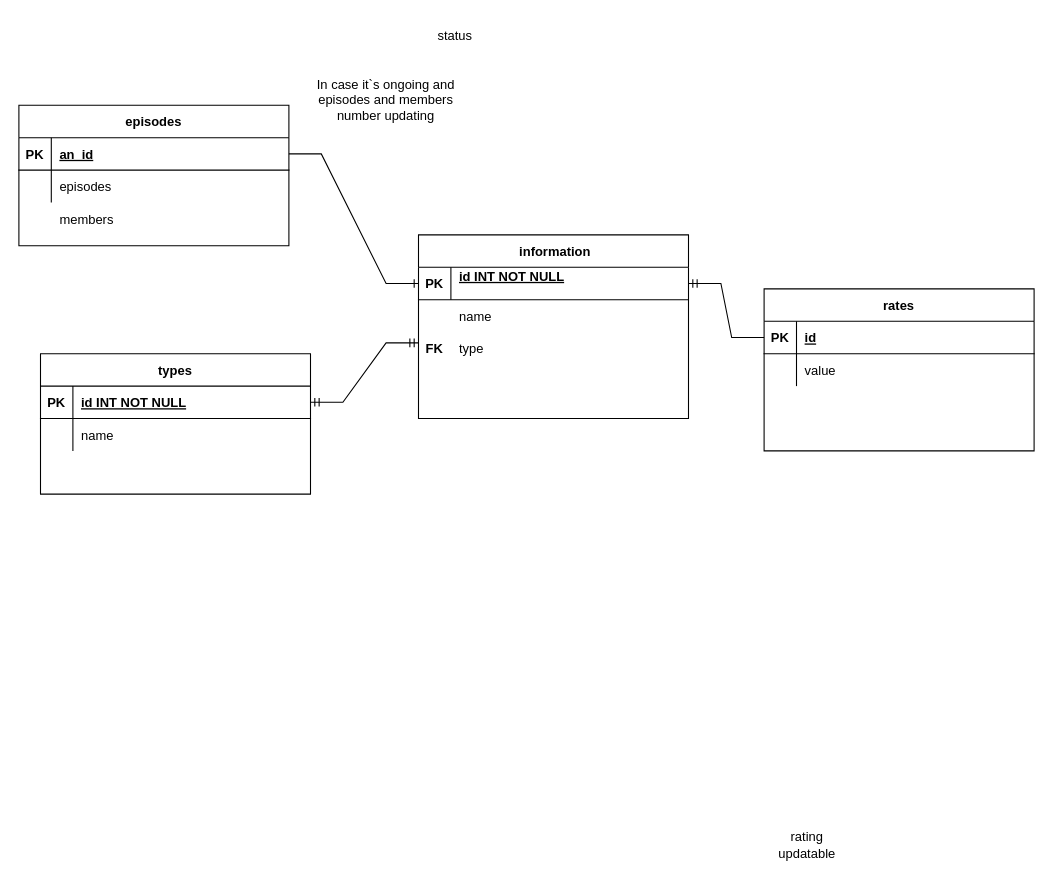
This is erd.drawio from DNedilko/db_lab2_nedilko, a draw.io file, before an edit. Source tidied: cells renumbered, new cells numbered last; positions are measured from the earlier drawing's top-left corner, leaving out a move shared by most shapes. Both pictures are drawn from the tidied source at 108%, with x=0, y=0 at pixel (18, 18).
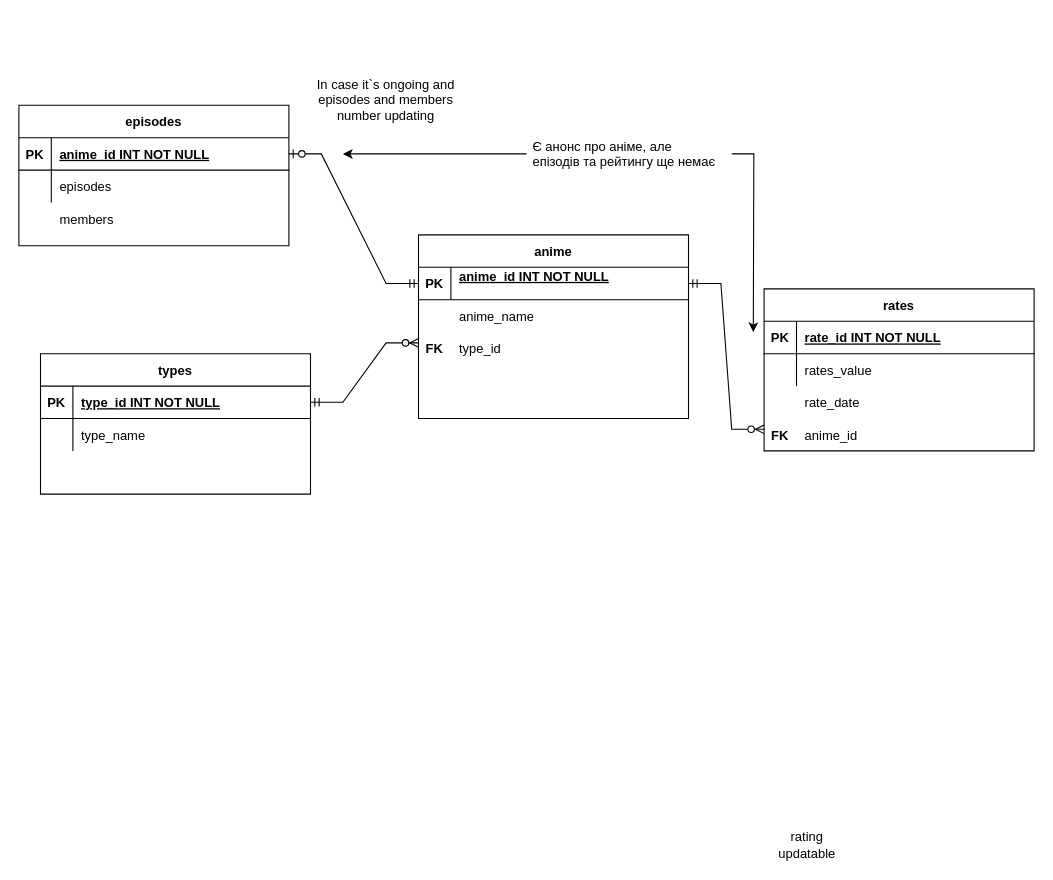
Above is the later version.

Unchanged cells that the change refers to:
```xml
<mxCell id="3" style="shape=partialRectangle;fillColor=none;points=[[0,0.5],[1,0.5]];portConstraint=eastwest;top=0;left=0;right=0;bottom=1;" parent="2" vertex="1">
  <mxGeometry y="30" width="250" height="30" as="geometry" />
</mxCell>
<mxCell id="7" style="shape=partialRectangle;fillColor=none;points=[[0,0.5],[1,0.5]];portConstraint=eastwest;top=0;left=0;right=0;bottom=1;" parent="6" vertex="1">
  <mxGeometry y="30" width="250" height="30" as="geometry" />
</mxCell>
<mxCell id="10" style="shape=partialRectangle;fillColor=none;top=0;left=0;right=0;bottom=0;" parent="6" vertex="1">
  <mxGeometry y="60" width="250" height="30" as="geometry" />
</mxCell>
<mxCell id="16" style="shape=partialRectangle;fillColor=none;points=[[0,0.5],[1,0.5]];portConstraint=eastwest;top=0;left=0;right=0;bottom=1;" parent="15" vertex="1">
  <mxGeometry y="30" width="250" height="30" as="geometry" />
</mxCell>
<mxCell id="28" style="shape=partialRectangle;fillColor=none;points=[[0,0.5],[1,0.5]];portConstraint=eastwest;top=0;left=0;right=0;bottom=1;" parent="27" vertex="1">
  <mxGeometry y="30" width="250" height="30" as="geometry" />
</mxCell>
<mxCell id="31" style="shape=partialRectangle;fillColor=none;top=0;left=0;right=0;bottom=0;" parent="27" vertex="1">
  <mxGeometry y="60" width="250" height="30" as="geometry" />
</mxCell>
```

What changed in the source:
```diff
@@
-    <mxCell id="2" value=" information" style="shape=table;startSize=30;childLayout=tableLayout;rowLines=0;fontStyle=1;align=center;" parent="1" vertex="1">
+    <mxCell id="2" value="anime" style="shape=table;startSize=30;childLayout=tableLayout;rowLines=0;fontStyle=1;align=center;" parent="1" vertex="1">
       <mxGeometry x="370" y="200" width="250" height="170" as="geometry" />
     </mxCell>
@@
-    <mxCell id="5" value="id INT NOT NULL&#10;" style="shape=partialRectangle;overflow=hidden;fillColor=none;top=0;left=0;bottom=0;right=0;align=left;spacingLeft=6;fontStyle=5;" parent="3" vertex="1">
+    <mxCell id="5" value="anime_id INT NOT NULL&#10;" style="shape=partialRectangle;overflow=hidden;fillColor=none;top=0;left=0;bottom=0;right=0;align=left;spacingLeft=6;fontStyle=5;" parent="3" vertex="1">
       <mxGeometry x="30" width="220" height="30" as="geometry" />
     </mxCell>
@@
-    <mxCell id="9" value="id" style="shape=partialRectangle;overflow=hidden;fillColor=none;top=0;left=0;bottom=0;right=0;align=left;spacingLeft=6;fontStyle=5;" parent="7" vertex="1">
+    <mxCell id="9" value="rate_id INT NOT NULL" style="shape=partialRectangle;overflow=hidden;fillColor=none;top=0;left=0;bottom=0;right=0;align=left;spacingLeft=6;fontStyle=5;" parent="7" vertex="1">
       <mxGeometry x="30" width="220" height="30" as="geometry" />
     </mxCell>
@@
-    <mxCell id="12" value="value" style="shape=partialRectangle;overflow=hidden;fillColor=none;top=0;left=0;bottom=0;right=0;align=left;spacingLeft=6;" parent="10" vertex="1">
+    <mxCell id="12" value="rates_value" style="shape=partialRectangle;overflow=hidden;fillColor=none;top=0;left=0;bottom=0;right=0;align=left;spacingLeft=6;" parent="10" vertex="1">
       <mxGeometry x="30" width="220" height="30" as="geometry" />
     </mxCell>
-    <mxCell id="13" value="name" style="shape=partialRectangle;overflow=hidden;fillColor=none;top=0;left=0;bottom=0;right=0;align=left;spacingLeft=6;" parent="1" vertex="1">
+    <mxCell id="13" value="anime_name" style="shape=partialRectangle;overflow=hidden;fillColor=none;top=0;left=0;bottom=0;right=0;align=left;spacingLeft=6;" parent="1" vertex="1">
       <mxGeometry x="400" y="260" width="220" height="30" as="geometry" />
     </mxCell>
-    <mxCell id="14" style="edgeStyle=entityRelationEdgeStyle;fontSize=12;html=1;endArrow=ERmandOne;rounded=0;exitX=0;exitY=0.5;exitDx=0;exitDy=0;entryX=1;entryY=0.5;entryDx=0;entryDy=0;" parent="1" edge="1" source="7" target="3">
-      <mxGeometry relative="1" as="geometry" />
-    </mxCell>
@@
-    <mxCell id="18" value="an_id" style="shape=partialRectangle;overflow=hidden;fillColor=none;top=0;left=0;bottom=0;right=0;align=left;spacingLeft=6;fontStyle=5;" parent="16" vertex="1">
+    <mxCell id="18" value="anime_id INT NOT NULL" style="shape=partialRectangle;overflow=hidden;fillColor=none;top=0;left=0;bottom=0;right=0;align=left;spacingLeft=6;fontStyle=5;" parent="16" vertex="1">
       <mxGeometry x="30" width="220" height="30" as="geometry" />
     </mxCell>
@@
-    <mxCell id="22" style="edgeStyle=entityRelationEdgeStyle;fontSize=12;html=1;endArrow=ERone;endFill=1;rounded=0;entryX=0;entryY=0.5;entryDx=0;entryDy=0;exitX=1;exitY=0.5;exitDx=0;exitDy=0;" parent="1" edge="1" source="16" target="3">
-      <mxGeometry relative="1" as="geometry" />
-    </mxCell>
@@
-    <mxCell id="26" value="status" style="shape=partialRectangle;overflow=hidden;fillColor=none;top=0;left=0;bottom=0;right=0;align=left;spacingLeft=6;" parent="1" vertex="1">
-      <mxGeometry x="380" width="220" height="30" as="geometry" />
-    </mxCell>
@@
-    <mxCell id="30" value="id INT NOT NULL " style="shape=partialRectangle;overflow=hidden;fillColor=none;top=0;left=0;bottom=0;right=0;align=left;spacingLeft=6;fontStyle=5;" parent="28" vertex="1">
+    <mxCell id="30" value="type_id INT NOT NULL " style="shape=partialRectangle;overflow=hidden;fillColor=none;top=0;left=0;bottom=0;right=0;align=left;spacingLeft=6;fontStyle=5;" parent="28" vertex="1">
       <mxGeometry x="30" width="220" height="30" as="geometry" />
     </mxCell>
@@
-    <mxCell id="33" value="name" style="shape=partialRectangle;overflow=hidden;fillColor=none;top=0;left=0;bottom=0;right=0;align=left;spacingLeft=6;" parent="31" vertex="1">
+    <mxCell id="33" value="type_name" style="shape=partialRectangle;overflow=hidden;fillColor=none;top=0;left=0;bottom=0;right=0;align=left;spacingLeft=6;" parent="31" vertex="1">
       <mxGeometry x="30" width="220" height="30" as="geometry" />
     </mxCell>
-    <mxCell id="34" style="edgeStyle=entityRelationEdgeStyle;fontSize=12;html=1;endArrow=ERmandOne;startArrow=ERmandOne;rounded=0;exitX=1;exitY=0.5;exitDx=0;exitDy=0;" parent="1" edge="1" source="28">
-      <mxGeometry relative="1" as="geometry">
-        <mxPoint x="370" y="300" as="targetPoint" />
-      </mxGeometry>
-    </mxCell>
@@
-    <mxCell id="38" value="type" style="shape=partialRectangle;overflow=hidden;fillColor=none;top=0;left=0;bottom=0;right=0;align=left;spacingLeft=6;" parent="1" vertex="1">
+    <mxCell id="38" value="type_id" style="shape=partialRectangle;overflow=hidden;fillColor=none;top=0;left=0;bottom=0;right=0;align=left;spacingLeft=6;" parent="1" vertex="1">
       <mxGeometry x="400" y="290" width="220" height="30" as="geometry" />
     </mxCell>
@@
+    <mxCell id="40" value="rate_date" style="shape=partialRectangle;overflow=hidden;fillColor=none;top=0;left=0;bottom=0;right=0;align=left;spacingLeft=6;" parent="1" vertex="1">
+      <mxGeometry x="720" y="340" width="220" height="30" as="geometry" />
+    </mxCell>
+    <mxCell id="41" style="edgeStyle=entityRelationEdgeStyle;fontSize=12;html=1;endArrow=ERzeroToMany;startArrow=ERmandOne;rounded=0;" parent="1" edge="1">
+      <mxGeometry relative="1" as="geometry">
+        <mxPoint x="270" y="355" as="sourcePoint" />
+        <mxPoint x="370" y="300" as="targetPoint" />
+      </mxGeometry>
+    </mxCell>
+    <mxCell id="42" style="edgeStyle=entityRelationEdgeStyle;fontSize=12;html=1;endArrow=ERzeroToOne;startArrow=ERmandOne;rounded=0;exitX=0;exitY=0.5;exitDx=0;exitDy=0;" parent="1" edge="1" source="3" target="16">
+      <mxGeometry relative="1" as="geometry" />
+    </mxCell>
+    <mxCell id="43" style="edgeStyle=orthogonalEdgeStyle;rounded=0;jettySize=auto;html=1;exitX=0;exitY=0.5;exitDx=0;exitDy=0;" parent="1" edge="1" source="45">
+      <mxGeometry relative="1" as="geometry">
+        <mxPoint x="300" y="125" as="targetPoint" />
+      </mxGeometry>
+    </mxCell>
+    <mxCell id="44" style="edgeStyle=orthogonalEdgeStyle;rounded=0;jettySize=auto;html=1;exitX=1;exitY=0.5;exitDx=0;exitDy=0;" parent="1" edge="1" source="45">
+      <mxGeometry relative="1" as="geometry">
+        <mxPoint x="680" y="290" as="targetPoint" />
+      </mxGeometry>
+    </mxCell>
+    <mxCell id="45" value="Є анонс про аніме, але &#10;епізодів та рейтингу ще немає" style="text;strokeColor=none;fillColor=none;align=left;verticalAlign=middle;spacingLeft=4;spacingRight=4;overflow=hidden;points=[[0,0.5],[1,0.5]];portConstraint=eastwest;" parent="1" vertex="1">
+      <mxGeometry x="470" y="110" width="190" height="30" as="geometry" />
+    </mxCell>
+    <mxCell id="46" value="anime_id" style="shape=partialRectangle;overflow=hidden;fillColor=none;top=0;left=0;bottom=0;right=0;align=left;spacingLeft=6;" parent="1" vertex="1">
+      <mxGeometry x="720" y="370" width="220" height="30" as="geometry" />
+    </mxCell>
+    <mxCell id="47" style="edgeStyle=entityRelationEdgeStyle;fontSize=12;html=1;endArrow=ERzeroToMany;startArrow=ERmandOne;rounded=0;exitX=1;exitY=0.5;exitDx=0;exitDy=0;" parent="1" edge="1" source="3">
+      <mxGeometry relative="1" as="geometry">
+        <mxPoint x="690" y="380" as="targetPoint" />
+      </mxGeometry>
+    </mxCell>
+    <mxCell id="48" value="FK" style="shape=partialRectangle;overflow=hidden;fillColor=none;top=0;left=0;bottom=0;right=0;fontStyle=1;" parent="1" vertex="1">
+      <mxGeometry x="690" y="370" width="30" height="30" as="geometry" />
+    </mxCell>
```
